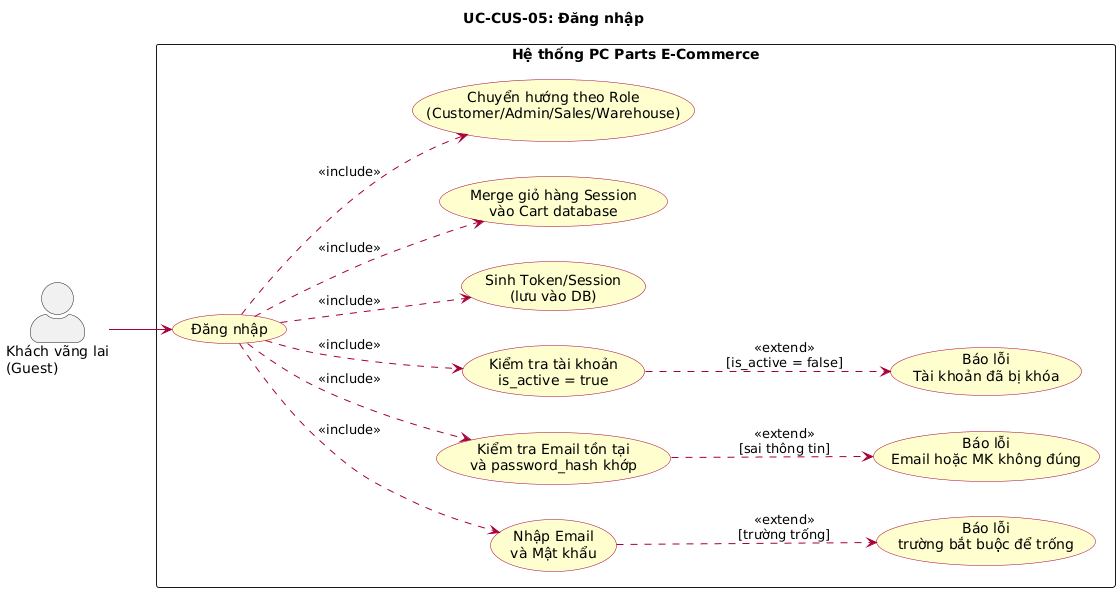
huuhieu56/PC-Parts-ECommerce keeps this PlantUML diagram as docs/diagrams/images/uc_CUS05_dang_nhap.png. Above is the earlier version. Source of this version:
```plantuml
@startuml
left to right direction
skinparam actorStyle awesome
skinparam packageStyle rectangle
skinparam usecase {
  BackgroundColor #FEFECE
  BorderColor #A80036
  ArrowColor #A80036
}

title UC-CUS-05: Đăng nhập

actor "Khách vãng lai\n(Guest)" as Guest

rectangle "Hệ thống PC Parts E-Commerce" {
  usecase "Đăng nhập" as UC_LOGIN

  usecase "Nhập Email\nvà Mật khẩu" as UC_INPUT
  usecase "Kiểm tra Email tồn tại\nvà password_hash khớp" as UC_AUTH
  usecase "Kiểm tra tài khoản\nis_active = true" as UC_CHECK_ACTIVE
  usecase "Sinh Token/Session\n(lưu vào DB)" as UC_TOKEN
  usecase "Merge giỏ hàng Session\nvào Cart database" as UC_MERGE
  usecase "Chuyển hướng theo Role\n(Customer/Admin/Sales/Warehouse)" as UC_REDIRECT

  usecase "Báo lỗi\nEmail hoặc MK không đúng" as UC_ERR_AUTH
  usecase "Báo lỗi\nTài khoản đã bị khóa" as UC_ERR_LOCKED
  usecase "Báo lỗi\ntrường bắt buộc để trống" as UC_ERR_EMPTY
}

Guest --> UC_LOGIN

UC_LOGIN ..> UC_INPUT : <<include>>
UC_LOGIN ..> UC_AUTH : <<include>>
UC_LOGIN ..> UC_CHECK_ACTIVE : <<include>>
UC_LOGIN ..> UC_TOKEN : <<include>>
UC_LOGIN ..> UC_MERGE : <<include>>
UC_LOGIN ..> UC_REDIRECT : <<include>>

UC_AUTH ..> UC_ERR_AUTH : <<extend>>\n[sai thông tin]
UC_CHECK_ACTIVE ..> UC_ERR_LOCKED : <<extend>>\n[is_active = false]
UC_INPUT ..> UC_ERR_EMPTY : <<extend>>\n[trường trống]
@enduml
```
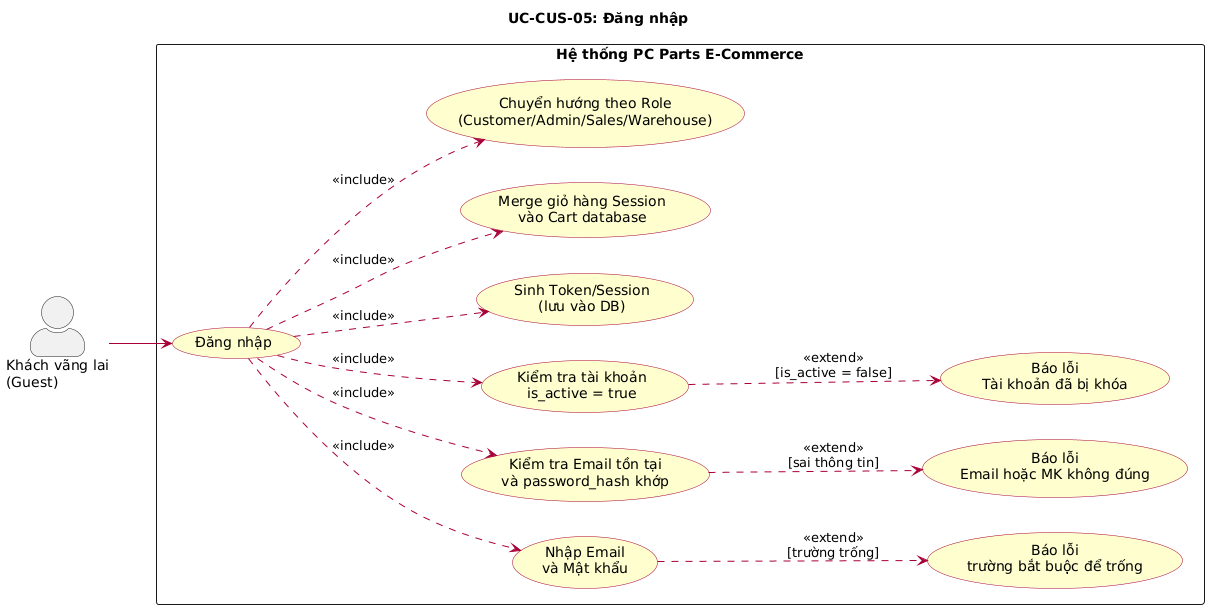
Above is the later version.

What changed in the source:
```diff
@@ -1,4 +1,4 @@
-@startuml
+@startuml uc_CUS05_dang_nhap
 left to right direction
 skinparam actorStyle awesome
 skinparam packageStyle rectangle
@@ -39,4 +39,5 @@
 UC_AUTH ..> UC_ERR_AUTH : <<extend>>\n[sai thông tin]
 UC_CHECK_ACTIVE ..> UC_ERR_LOCKED : <<extend>>\n[is_active = false]
 UC_INPUT ..> UC_ERR_EMPTY : <<extend>>\n[trường trống]
+
 @enduml
```
